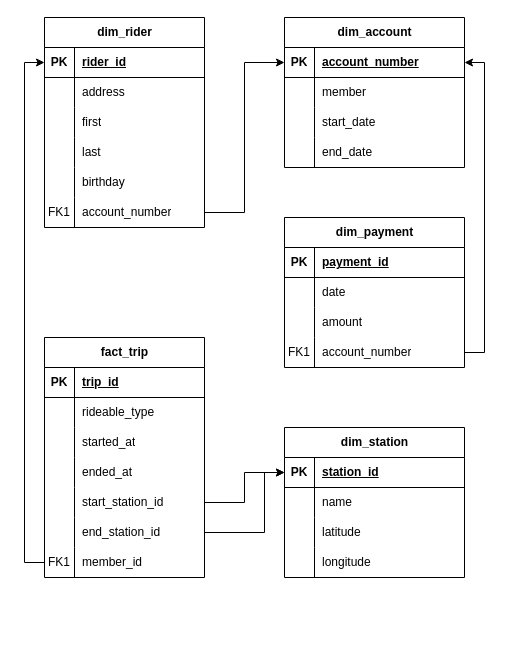
Before: divvy star schema.drawio in dannymirxa/Udacity_Data_Engineering_Bike_Share_Data_Analytics, a draw.io diagram. Source tidied: cells renumbered, new cells numbered last; positions are measured from the earlier drawing's top-left corner, leaving out a move shared by most shapes. Both pictures are drawn from the tidied source at 100%, with x=0, y=0 at pixel (44, 17).
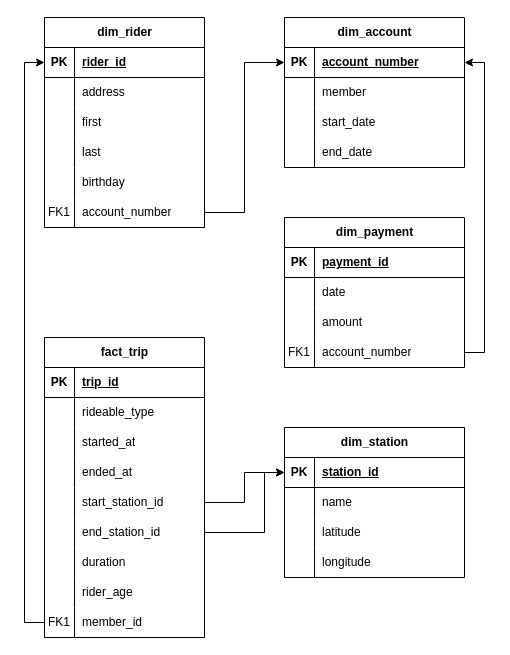
Above is the later version.

Commit message (it also covers changes not shown here):
update star schema

The edit, as a diff of the source:
```diff
@@
     <mxCell id="21" value="fact_trip" style="shape=table;startSize=30;childLayout=tableLayout;rowLines=0;fontStyle=1;align=center;html=1;" parent="1" vertex="1">
-      <mxGeometry y="320" width="160" height="240" as="geometry" />
+      <mxGeometry y="320" width="160" height="300" as="geometry" />
     </mxCell>
@@
+    <mxCell id="87" style="shape=tableRow;horizontal=0;startSize=0;swimlaneHead=0;swimlaneBody=0;fillColor=none;top=0;left=0;right=0;bottom=0;" parent="21" vertex="1">
+      <mxGeometry y="210" width="160" height="30" as="geometry" />
+    </mxCell>
+    <mxCell id="88" style="shape=partialRectangle;fillColor=none;top=0;left=0;bottom=0;right=0;overflow=hidden;whiteSpace=wrap;html=1;" parent="87" vertex="1">
+      <mxGeometry width="30" height="30" as="geometry" />
+    </mxCell>
+    <mxCell id="89" value="duration" style="shape=partialRectangle;fillColor=none;top=0;left=0;bottom=0;right=0;align=left;spacingLeft=6;overflow=hidden;whiteSpace=wrap;html=1;" parent="87" vertex="1">
+      <mxGeometry x="30" width="130" height="30" as="geometry" />
+    </mxCell>
+    <mxCell id="90" style="shape=tableRow;horizontal=0;startSize=0;swimlaneHead=0;swimlaneBody=0;fillColor=none;top=0;left=0;right=0;bottom=0;" parent="21" vertex="1">
+      <mxGeometry y="240" width="160" height="30" as="geometry" />
+    </mxCell>
+    <mxCell id="91" style="shape=partialRectangle;fillColor=none;top=0;left=0;bottom=0;right=0;overflow=hidden;whiteSpace=wrap;html=1;" parent="90" vertex="1">
+      <mxGeometry width="30" height="30" as="geometry" />
+    </mxCell>
+    <mxCell id="92" value="rider_age" style="shape=partialRectangle;fillColor=none;top=0;left=0;bottom=0;right=0;align=left;spacingLeft=6;overflow=hidden;whiteSpace=wrap;html=1;" parent="90" vertex="1">
+      <mxGeometry x="30" width="130" height="30" as="geometry" />
+    </mxCell>
     <mxCell id="40" style="shape=tableRow;horizontal=0;startSize=0;swimlaneHead=0;swimlaneBody=0;fillColor=none;points=[[0,0.5],[1,0.5]];portConstraint=eastwest;top=0;left=0;right=0;bottom=0;" parent="21" vertex="1">
-      <mxGeometry y="210" width="160" height="30" as="geometry" />
+      <mxGeometry y="270" width="160" height="30" as="geometry" />
     </mxCell>
```
